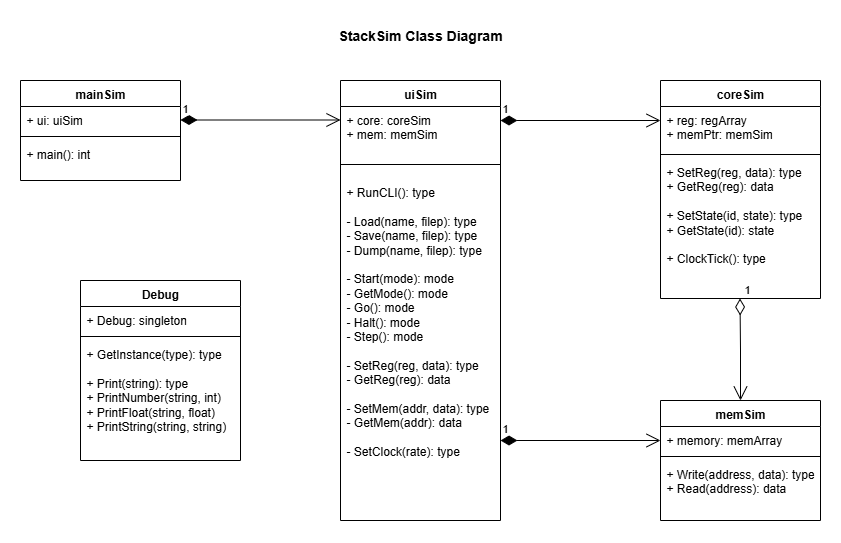
Before: docs/SW-stackSim-class-diagram.png, a diagram exported from draw.io (dervish77/StackCPU). Source tidied: cells renumbered, new cells last; positions are measured from the earlier drawing's top-left corner, leaving out a move shared by most shapes.
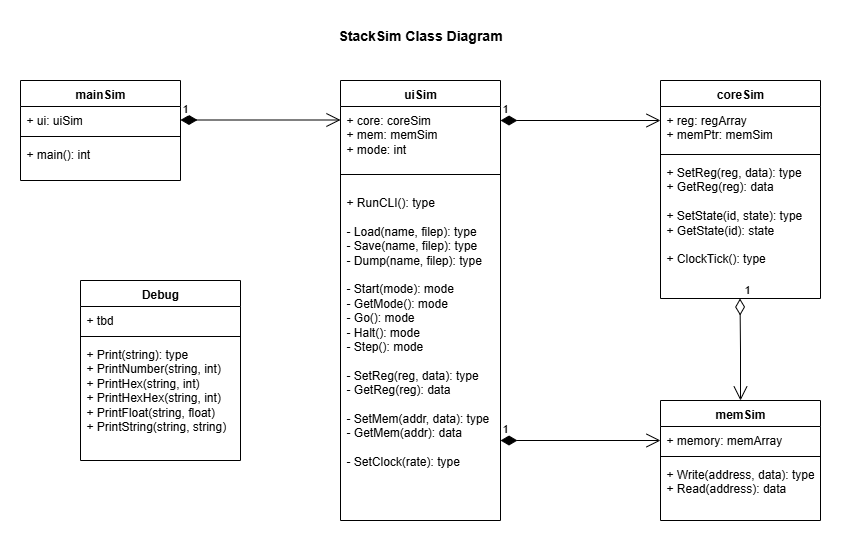
After the change.

Commit message:
updated class diagrams to match latest code design

Diff of the diagram source:
```diff
@@ -5,14 +5,14 @@
     <mxCell id="2" value="uiSim" style="swimlane;fontStyle=1;align=center;verticalAlign=top;horizontal=1;startSize=26;whiteSpace=wrap;html=1;" parent="1" vertex="1">
       <mxGeometry x="320" y="60" width="160" height="440" as="geometry" />
     </mxCell>
-    <mxCell id="3" value="+ core: coreSim&lt;div&gt;+ mem: memSim&lt;/div&gt;" style="text;strokeColor=none;fillColor=none;align=left;verticalAlign=top;spacingLeft=4;spacingRight=4;overflow=hidden;whiteSpace=wrap;html=1;" parent="2" vertex="1">
-      <mxGeometry y="26" width="160" height="44" as="geometry" />
+    <mxCell id="3" value="+ core: coreSim&lt;div&gt;+ mem: memSim&lt;/div&gt;&lt;div&gt;+ mode: int&lt;/div&gt;" style="text;strokeColor=none;fillColor=none;align=left;verticalAlign=top;spacingLeft=4;spacingRight=4;overflow=hidden;whiteSpace=wrap;html=1;" parent="2" vertex="1">
+      <mxGeometry y="26" width="160" height="54" as="geometry" />
     </mxCell>
     <mxCell id="4" style="line;strokeWidth=1;fillColor=none;align=left;verticalAlign=middle;spacingTop=-1;spacingLeft=3;spacingRight=3;labelPosition=right;strokeColor=inherit;" parent="2" vertex="1">
-      <mxGeometry y="70" width="160" height="28" as="geometry" />
+      <mxGeometry y="80" width="160" height="28" as="geometry" />
     </mxCell>
     <mxCell id="5" value="&lt;div&gt;&lt;span style=&quot;background-color: transparent; color: light-dark(rgb(0, 0, 0), rgb(255, 255, 255));&quot;&gt;+ RunCLI(): type&lt;/span&gt;&lt;/div&gt;&lt;div&gt;&lt;br&gt;&lt;/div&gt;- Load(name, filep): type&lt;div&gt;- Save(name, filep): type&lt;/div&gt;&lt;div&gt;- Dump(name, filep): type&lt;br&gt;&lt;div&gt;&lt;br&gt;&lt;div&gt;- Start(mode): mode&lt;/div&gt;&lt;/div&gt;&lt;/div&gt;&lt;div&gt;- GetMode(): mode&lt;/div&gt;&lt;div&gt;- Go(): mode&lt;/div&gt;&lt;div&gt;- Halt(): mode&lt;/div&gt;&lt;div&gt;- Step(): mode&lt;/div&gt;&lt;div&gt;&lt;br&gt;&lt;/div&gt;&lt;div&gt;- SetReg(reg, data): type&lt;/div&gt;&lt;div&gt;- GetReg(reg): data&lt;/div&gt;&lt;div&gt;&lt;br&gt;&lt;/div&gt;&lt;div&gt;- SetMem(addr, data): type&lt;/div&gt;&lt;div&gt;- GetMem(addr): data&lt;/div&gt;&lt;div&gt;&lt;br&gt;&lt;/div&gt;&lt;div&gt;- SetClock(rate): type&lt;/div&gt;" style="text;strokeColor=none;fillColor=none;align=left;verticalAlign=top;spacingLeft=4;spacingRight=4;overflow=hidden;whiteSpace=wrap;html=1;" parent="2" vertex="1">
-      <mxGeometry y="98" width="160" height="342" as="geometry" />
+      <mxGeometry y="108" width="160" height="332" as="geometry" />
     </mxCell>
     <mxCell id="6" value="coreSim" style="swimlane;fontStyle=1;align=center;verticalAlign=top;horizontal=1;startSize=26;whiteSpace=wrap;html=1;" parent="1" vertex="1">
       <mxGeometry x="640" y="60" width="160" height="218" as="geometry" />
@@ -68,13 +68,13 @@
     <mxCell id="19" value="Debug" style="swimlane;fontStyle=1;align=center;verticalAlign=top;horizontal=1;startSize=26;whiteSpace=wrap;html=1;" parent="1" vertex="1">
       <mxGeometry x="60" y="260" width="160" height="180" as="geometry" />
     </mxCell>
-    <mxCell id="20" value="+ Debug: singleton" style="text;strokeColor=none;fillColor=none;align=left;verticalAlign=top;spacingLeft=4;spacingRight=4;overflow=hidden;whiteSpace=wrap;html=1;" parent="19" vertex="1">
+    <mxCell id="20" value="+ tbd" style="text;strokeColor=none;fillColor=none;align=left;verticalAlign=top;spacingLeft=4;spacingRight=4;overflow=hidden;whiteSpace=wrap;html=1;" parent="19" vertex="1">
       <mxGeometry y="26" width="160" height="26" as="geometry" />
     </mxCell>
     <mxCell id="21" style="line;strokeWidth=1;fillColor=none;align=left;verticalAlign=middle;spacingTop=-1;spacingLeft=3;spacingRight=3;labelPosition=right;strokeColor=inherit;" parent="19" vertex="1">
       <mxGeometry y="52" width="160" height="8" as="geometry" />
     </mxCell>
-    <mxCell id="22" value="+ GetInstance(type): type&lt;div&gt;&lt;br&gt;&lt;/div&gt;&lt;div&gt;+ Print(string): type&lt;/div&gt;&lt;div&gt;+ PrintNumber(string, int)&lt;/div&gt;&lt;div&gt;+ PrintFloat(string, float)&lt;/div&gt;&lt;div&gt;+ PrintString(string, string)&lt;/div&gt;" style="text;strokeColor=none;fillColor=none;align=left;verticalAlign=top;spacingLeft=4;spacingRight=4;overflow=hidden;whiteSpace=wrap;html=1;" parent="19" vertex="1">
+    <mxCell id="22" value="&lt;div&gt;+ Print(string): type&lt;/div&gt;&lt;div&gt;+ PrintNumber(string, int)&lt;/div&gt;&lt;div&gt;+ PrintHex(string, int)&lt;/div&gt;&lt;div&gt;+ PrintHexHex(string, int)&lt;/div&gt;&lt;div&gt;+ PrintFloat(string, float)&lt;/div&gt;&lt;div&gt;+ PrintString(string, string)&lt;/div&gt;" style="text;strokeColor=none;fillColor=none;align=left;verticalAlign=top;spacingLeft=4;spacingRight=4;overflow=hidden;whiteSpace=wrap;html=1;" parent="19" vertex="1">
       <mxGeometry y="60" width="160" height="120" as="geometry" />
     </mxCell>
     <mxCell id="23" value="mainSim" style="swimlane;fontStyle=1;align=center;verticalAlign=top;horizontal=1;startSize=26;whiteSpace=wrap;html=1;" parent="1" vertex="1">
```
